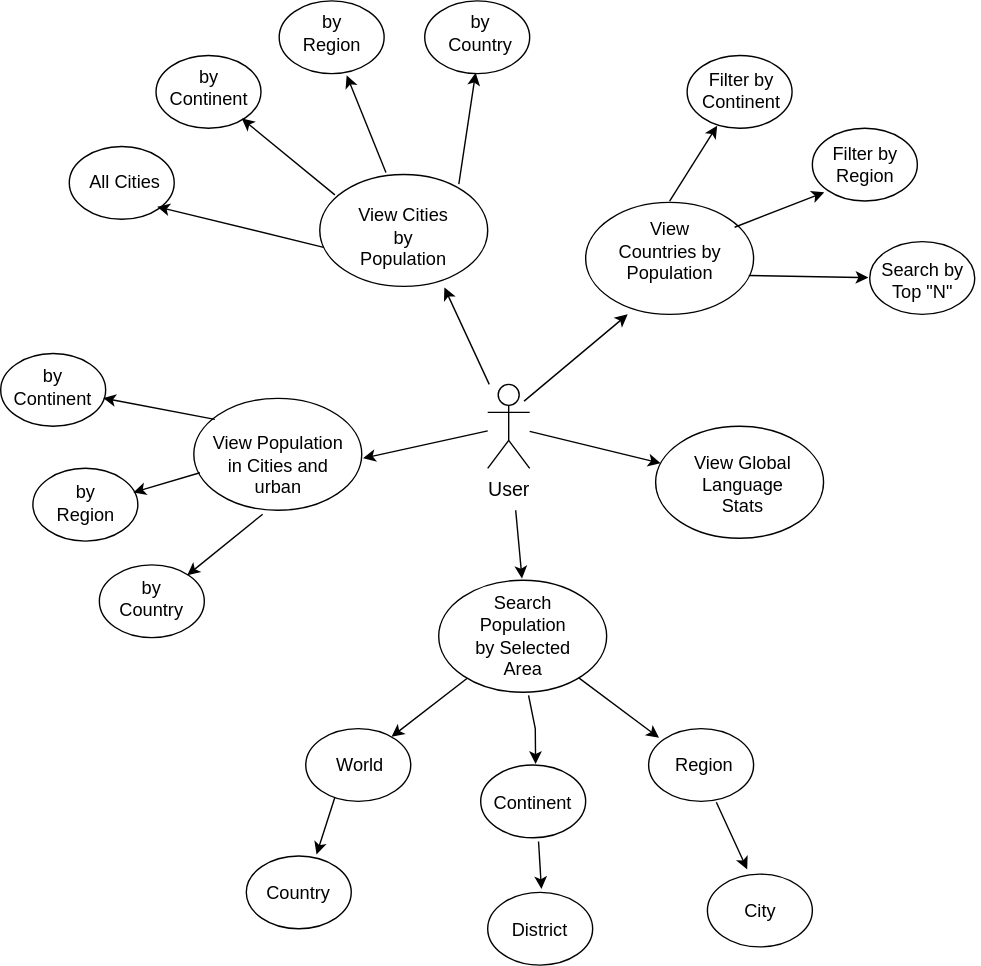
Above: use-case/U_Case_Diagram.svg in stevecastillonapier/Group16Devops (draw.io), before the change. Source tidied: cells renumbered, new cells last; positions are measured from the earlier drawing's top-left corner, leaving out a move shared by most shapes.
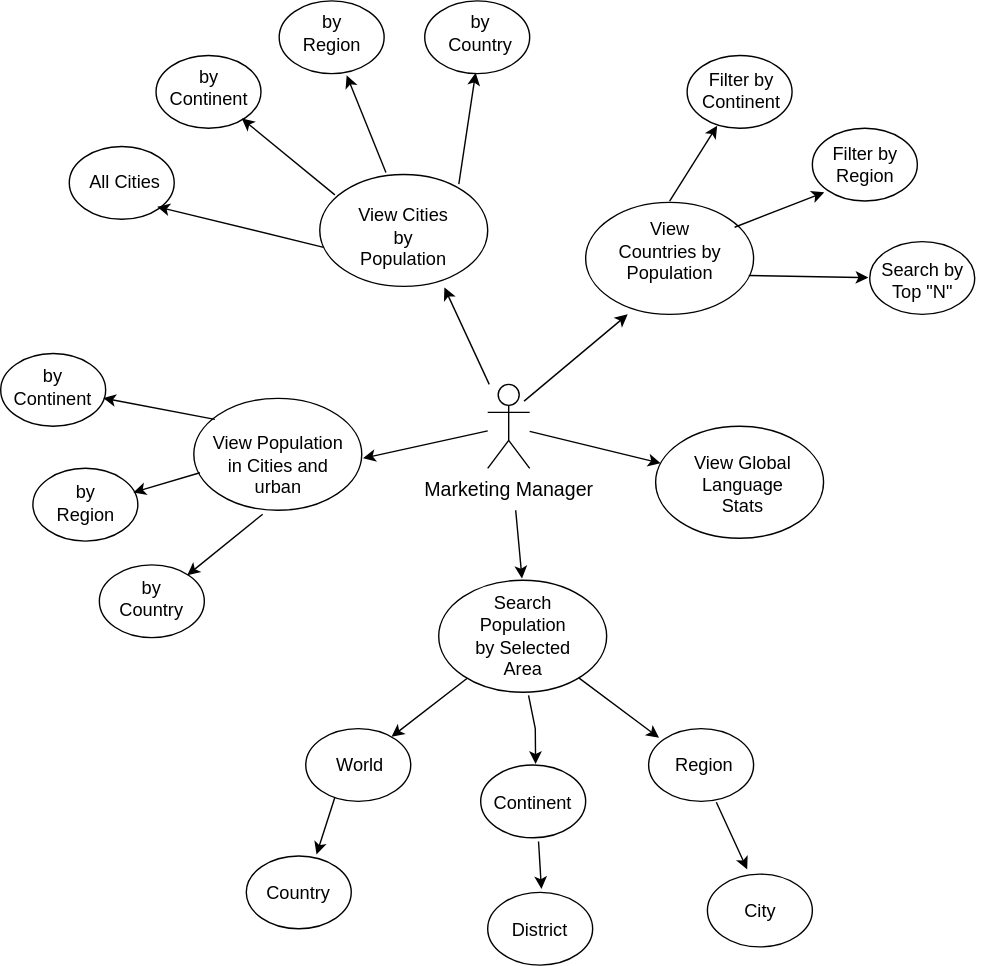
After the commit.

Commit message:
update diagram to include Marketing Manager

The edit, as a diff of the source:
```diff
@@ -17,7 +17,7 @@
     <mxCell id="6" style="ellipse;whiteSpace=wrap;html=1;" parent="1" vertex="1">
       <mxGeometry x="313" y="414" width="120" height="80" as="geometry" />
     </mxCell>
-    <mxCell id="7" value="User" style="shape=umlActor;verticalLabelPosition=bottom;verticalAlign=top;html=1;outlineConnect=0;fontSize=14;" parent="1" vertex="1">
+    <mxCell id="7" value="Marketing Manager" style="shape=umlActor;verticalLabelPosition=bottom;verticalAlign=top;html=1;outlineConnect=0;fontSize=14;" parent="1" vertex="1">
       <mxGeometry x="348" y="274" width="30" height="60" as="geometry" />
     </mxCell>
     <mxCell id="8" style="endArrow=classic;html=1;rounded=0;entryX=1.008;entryY=0.535;entryDx=0;entryDy=0;entryPerimeter=0;labelBorderColor=default;" parent="1" edge="1" source="7" target="5">
```
